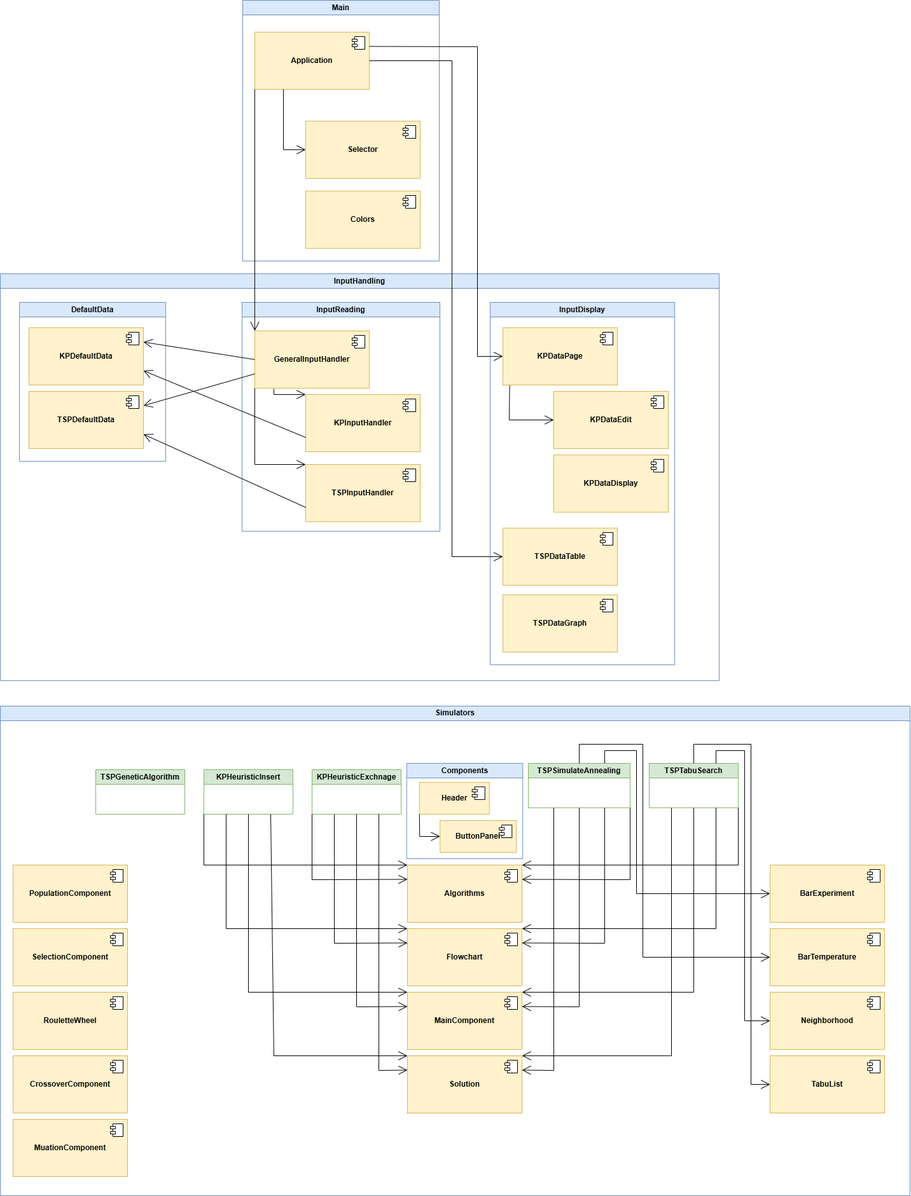
marek311/heuristics keeps this draw.io diagram as BP.png. Above is the earlier version. Source tidied: cells renumbered, new cells last; positions are measured from the earlier drawing's top-left corner, leaving out a move shared by most shapes.
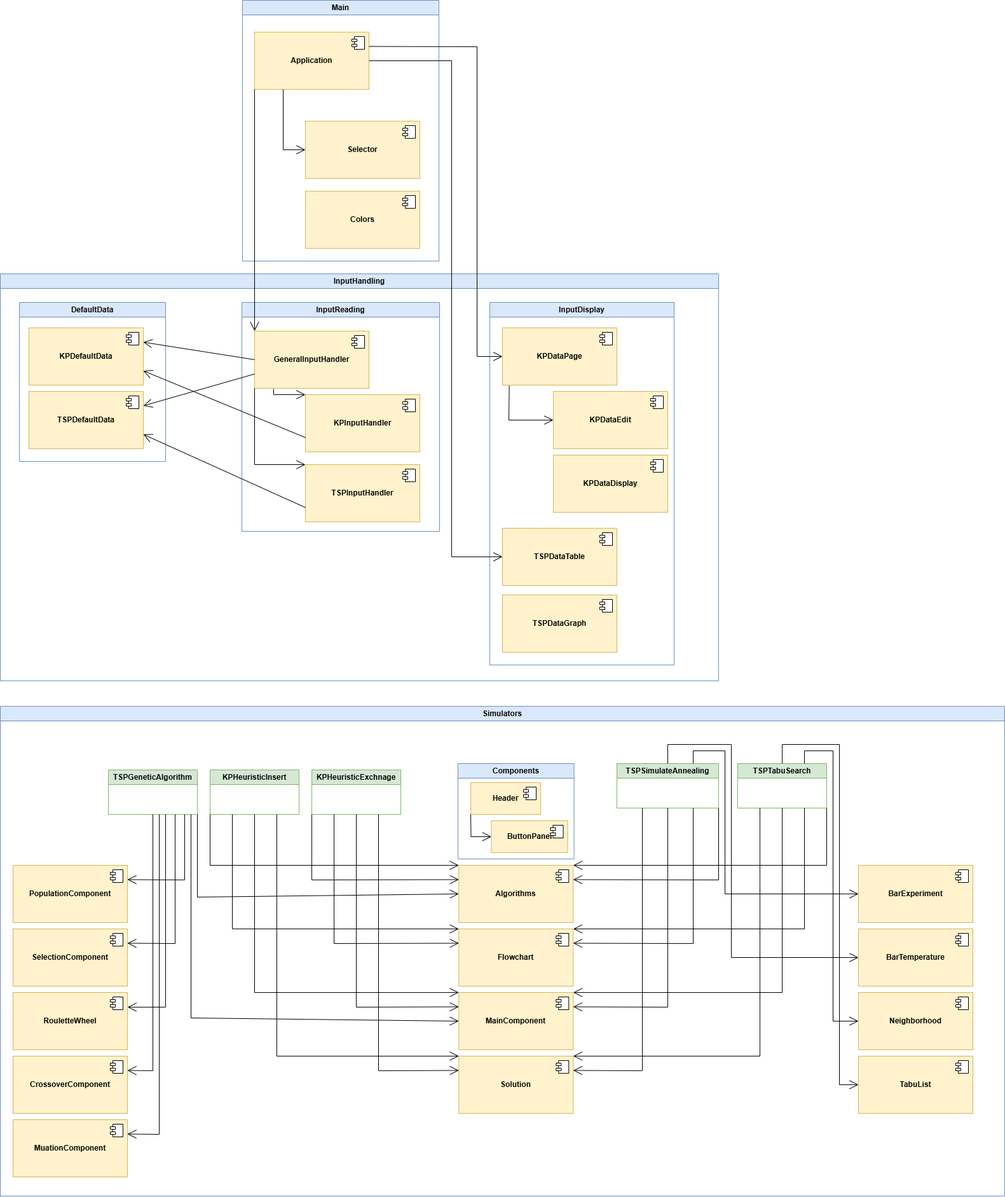
The same file after the commit.

What changed in the source:
```diff
@@ -183,10 +183,10 @@
       </mxGeometry>
     </mxCell>
     <mxCell id="44" value="Simulators" style="swimlane;whiteSpace=wrap;html=1;fillColor=#dae8fc;strokeColor=#6c8ebf;" parent="1" vertex="1">
-      <mxGeometry y="1110" width="1430" height="770" as="geometry" />
+      <mxGeometry y="1110" width="1580" height="770" as="geometry" />
     </mxCell>
     <mxCell id="45" value="&lt;b&gt;Algorithms&lt;/b&gt;" style="html=1;whiteSpace=wrap;fillColor=#fff2cc;strokeColor=#d6b656;" parent="44" vertex="1">
-      <mxGeometry x="640" y="250" width="180" height="90" as="geometry" />
+      <mxGeometry x="721.2" y="250" width="180" height="90" as="geometry" />
     </mxCell>
     <mxCell id="46" style="shape=module;jettyWidth=8;jettyHeight=4;" parent="45" vertex="1">
       <mxGeometry x="1" width="20" height="20" relative="1" as="geometry">
@@ -194,7 +194,7 @@
       </mxGeometry>
     </mxCell>
     <mxCell id="47" value="&lt;b&gt;Flowchart&lt;/b&gt;" style="html=1;whiteSpace=wrap;fillColor=#fff2cc;strokeColor=#d6b656;" parent="44" vertex="1">
-      <mxGeometry x="640" y="350" width="180" height="90" as="geometry" />
+      <mxGeometry x="721.2" y="350" width="180" height="90" as="geometry" />
     </mxCell>
     <mxCell id="48" style="shape=module;jettyWidth=8;jettyHeight=4;" parent="47" vertex="1">
       <mxGeometry x="1" width="20" height="20" relative="1" as="geometry">
@@ -202,7 +202,7 @@
       </mxGeometry>
     </mxCell>
     <mxCell id="49" value="&lt;b&gt;MainComponent&lt;/b&gt;" style="html=1;whiteSpace=wrap;fillColor=#fff2cc;strokeColor=#d6b656;" parent="44" vertex="1">
-      <mxGeometry x="640" y="450" width="180" height="90" as="geometry" />
+      <mxGeometry x="721.2" y="450" width="180" height="90" as="geometry" />
     </mxCell>
     <mxCell id="50" style="shape=module;jettyWidth=8;jettyHeight=4;" parent="49" vertex="1">
       <mxGeometry x="1" width="20" height="20" relative="1" as="geometry">
@@ -210,7 +210,7 @@
       </mxGeometry>
     </mxCell>
     <mxCell id="51" value="&lt;b&gt;Solution&lt;/b&gt;" style="html=1;whiteSpace=wrap;fillColor=#fff2cc;strokeColor=#d6b656;" parent="44" vertex="1">
-      <mxGeometry x="640" y="550" width="180" height="90" as="geometry" />
+      <mxGeometry x="721.2" y="550" width="180" height="90" as="geometry" />
     </mxCell>
     <mxCell id="52" style="shape=module;jettyWidth=8;jettyHeight=4;" parent="51" vertex="1">
       <mxGeometry x="1" width="20" height="20" relative="1" as="geometry">
@@ -218,7 +218,7 @@
       </mxGeometry>
     </mxCell>
     <mxCell id="53" value="&lt;b&gt;BarExperiment&lt;/b&gt;" style="html=1;whiteSpace=wrap;fillColor=#fff2cc;strokeColor=#d6b656;" parent="44" vertex="1">
-      <mxGeometry x="1210" y="250" width="180" height="90" as="geometry" />
+      <mxGeometry x="1350" y="250" width="180" height="90" as="geometry" />
     </mxCell>
     <mxCell id="54" style="shape=module;jettyWidth=8;jettyHeight=4;" parent="53" vertex="1">
       <mxGeometry x="1" width="20" height="20" relative="1" as="geometry">
@@ -226,7 +226,7 @@
       </mxGeometry>
     </mxCell>
     <mxCell id="55" value="&lt;b&gt;BarTemperature&lt;/b&gt;" style="html=1;whiteSpace=wrap;fillColor=#fff2cc;strokeColor=#d6b656;" parent="44" vertex="1">
-      <mxGeometry x="1210" y="350" width="180" height="90" as="geometry" />
+      <mxGeometry x="1350" y="350" width="180" height="90" as="geometry" />
     </mxCell>
     <mxCell id="56" style="shape=module;jettyWidth=8;jettyHeight=4;" parent="55" vertex="1">
       <mxGeometry x="1" width="20" height="20" relative="1" as="geometry">
@@ -234,7 +234,7 @@
       </mxGeometry>
     </mxCell>
     <mxCell id="57" value="&lt;b&gt;Neighborhood&lt;/b&gt;" style="html=1;whiteSpace=wrap;fillColor=#fff2cc;strokeColor=#d6b656;" parent="44" vertex="1">
-      <mxGeometry x="1210" y="450" width="180" height="90" as="geometry" />
+      <mxGeometry x="1350" y="450" width="180" height="90" as="geometry" />
     </mxCell>
     <mxCell id="58" style="shape=module;jettyWidth=8;jettyHeight=4;" parent="57" vertex="1">
       <mxGeometry x="1" width="20" height="20" relative="1" as="geometry">
@@ -242,7 +242,7 @@
       </mxGeometry>
     </mxCell>
     <mxCell id="59" value="&lt;b&gt;TabuList&lt;/b&gt;" style="html=1;whiteSpace=wrap;fillColor=#fff2cc;strokeColor=#d6b656;" parent="44" vertex="1">
-      <mxGeometry x="1210" y="550" width="180" height="90" as="geometry" />
+      <mxGeometry x="1350" y="550" width="180" height="90" as="geometry" />
     </mxCell>
     <mxCell id="60" style="shape=module;jettyWidth=8;jettyHeight=4;" parent="59" vertex="1">
       <mxGeometry x="1" width="20" height="20" relative="1" as="geometry">
@@ -293,42 +293,42 @@
       <mxGeometry x="490" y="100" width="140" height="70" as="geometry" />
     </mxCell>
     <mxCell id="72" value="KPHeuristicInsert" style="swimlane;whiteSpace=wrap;html=1;fillColor=#d5e8d4;strokeColor=#82b366;" parent="44" vertex="1">
-      <mxGeometry x="320" y="100" width="140" height="70" as="geometry" />
+      <mxGeometry x="330" y="100" width="140" height="70" as="geometry" />
     </mxCell>
     <mxCell id="73" value="TSPGeneticAlgorithm" style="swimlane;whiteSpace=wrap;html=1;fillColor=#d5e8d4;strokeColor=#82b366;" parent="44" vertex="1">
-      <mxGeometry x="150" y="100" width="140" height="70" as="geometry" />
+      <mxGeometry x="170" y="100" width="140" height="70" as="geometry" />
     </mxCell>
     <mxCell id="74" value="TSPTabuSearch" style="swimlane;whiteSpace=wrap;html=1;fillColor=#d5e8d4;strokeColor=#82b366;" parent="44" vertex="1">
-      <mxGeometry x="1020" y="90" width="140" height="70" as="geometry" />
+      <mxGeometry x="1160" y="90" width="140" height="70" as="geometry" />
     </mxCell>
     <mxCell id="75" value="TSPSimulateAnnealing" style="swimlane;whiteSpace=wrap;html=1;startSize=23;fillColor=#d5e8d4;strokeColor=#82b366;" parent="44" vertex="1">
-      <mxGeometry x="830" y="90" width="160" height="70" as="geometry" />
+      <mxGeometry x="970" y="90" width="160" height="70" as="geometry" />
     </mxCell>
     <mxCell id="76" style="endArrow=open;endFill=1;endSize=12;html=1;rounded=0;exitX=0;exitY=1;exitDx=0;exitDy=0;entryX=0;entryY=0;entryDx=0;entryDy=0;" parent="44" edge="1" source="72" target="45">
       <mxGeometry relative="1" as="geometry">
         <Array as="points">
-          <mxPoint x="320" y="250" />
+          <mxPoint x="330" y="250" />
         </Array>
       </mxGeometry>
     </mxCell>
     <mxCell id="77" style="endArrow=open;endFill=1;endSize=12;html=1;rounded=0;exitX=0.25;exitY=1;exitDx=0;exitDy=0;entryX=0;entryY=0;entryDx=0;entryDy=0;" parent="44" edge="1" source="72" target="47">
       <mxGeometry relative="1" as="geometry">
         <Array as="points">
-          <mxPoint x="355" y="350" />
+          <mxPoint x="365" y="350" />
         </Array>
       </mxGeometry>
     </mxCell>
     <mxCell id="78" style="endArrow=open;endFill=1;endSize=12;html=1;rounded=0;exitX=0.5;exitY=1;exitDx=0;exitDy=0;entryX=0;entryY=0;entryDx=0;entryDy=0;" parent="44" edge="1" source="72" target="49">
       <mxGeometry relative="1" as="geometry">
         <Array as="points">
-          <mxPoint x="390" y="450" />
+          <mxPoint x="400" y="450" />
         </Array>
       </mxGeometry>
     </mxCell>
     <mxCell id="79" style="endArrow=open;endFill=1;endSize=12;html=1;rounded=0;exitX=0.75;exitY=1;exitDx=0;exitDy=0;entryX=0;entryY=0;entryDx=0;entryDy=0;" parent="44" edge="1" source="72" target="51">
       <mxGeometry relative="1" as="geometry">
         <Array as="points">
-          <mxPoint x="430" y="550" />
+          <mxPoint x="435" y="550" />
         </Array>
       </mxGeometry>
     </mxCell>
@@ -363,98 +363,98 @@
     <mxCell id="84" style="endArrow=open;endFill=1;endSize=12;html=1;rounded=0;exitX=0.25;exitY=1;exitDx=0;exitDy=0;entryX=1;entryY=0.25;entryDx=0;entryDy=0;" parent="44" edge="1" source="75" target="51">
       <mxGeometry relative="1" as="geometry">
         <Array as="points">
-          <mxPoint x="870" y="573" />
+          <mxPoint x="1010" y="573" />
         </Array>
       </mxGeometry>
     </mxCell>
     <mxCell id="85" style="endArrow=open;endFill=1;endSize=12;html=1;rounded=0;exitX=0.5;exitY=1;exitDx=0;exitDy=0;entryX=1;entryY=0.25;entryDx=0;entryDy=0;" parent="44" edge="1" source="75" target="49">
       <mxGeometry relative="1" as="geometry">
         <Array as="points">
-          <mxPoint x="910" y="473" />
+          <mxPoint x="1050" y="473" />
         </Array>
       </mxGeometry>
     </mxCell>
     <mxCell id="86" style="endArrow=open;endFill=1;endSize=12;html=1;rounded=0;exitX=0.75;exitY=1;exitDx=0;exitDy=0;entryX=1;entryY=0.25;entryDx=0;entryDy=0;" parent="44" edge="1" source="75" target="47">
       <mxGeometry relative="1" as="geometry">
         <Array as="points">
-          <mxPoint x="950" y="373" />
+          <mxPoint x="1090" y="373" />
         </Array>
       </mxGeometry>
     </mxCell>
     <mxCell id="87" style="endArrow=open;endFill=1;endSize=12;html=1;rounded=0;exitX=1;exitY=1;exitDx=0;exitDy=0;entryX=1;entryY=0.25;entryDx=0;entryDy=0;" parent="44" edge="1" source="75" target="45">
       <mxGeometry relative="1" as="geometry">
         <Array as="points">
-          <mxPoint x="990" y="273" />
+          <mxPoint x="1130" y="273" />
         </Array>
       </mxGeometry>
     </mxCell>
     <mxCell id="88" style="endArrow=open;endFill=1;endSize=12;html=1;rounded=0;exitX=1;exitY=1;exitDx=0;exitDy=0;entryX=1;entryY=0;entryDx=0;entryDy=0;" parent="44" edge="1" source="74" target="45">
       <mxGeometry relative="1" as="geometry">
         <Array as="points">
-          <mxPoint x="1160" y="250" />
+          <mxPoint x="1300" y="250" />
         </Array>
       </mxGeometry>
     </mxCell>
     <mxCell id="89" style="endArrow=open;endFill=1;endSize=12;html=1;rounded=0;exitX=0.75;exitY=1;exitDx=0;exitDy=0;entryX=1;entryY=0;entryDx=0;entryDy=0;" parent="44" edge="1" source="74" target="47">
       <mxGeometry relative="1" as="geometry">
         <Array as="points">
-          <mxPoint x="1125" y="350" />
+          <mxPoint x="1265" y="350" />
         </Array>
       </mxGeometry>
     </mxCell>
     <mxCell id="90" style="endArrow=open;endFill=1;endSize=12;html=1;rounded=0;exitX=0.5;exitY=1;exitDx=0;exitDy=0;entryX=1;entryY=0;entryDx=0;entryDy=0;" parent="44" edge="1" source="74" target="49">
       <mxGeometry relative="1" as="geometry">
         <Array as="points">
-          <mxPoint x="1090" y="450" />
+          <mxPoint x="1230" y="450" />
         </Array>
       </mxGeometry>
     </mxCell>
     <mxCell id="91" style="endArrow=open;endFill=1;endSize=12;html=1;rounded=0;exitX=0.25;exitY=1;exitDx=0;exitDy=0;entryX=1;entryY=0;entryDx=0;entryDy=0;" parent="44" edge="1" source="74" target="51">
       <mxGeometry relative="1" as="geometry">
         <Array as="points">
-          <mxPoint x="1055" y="550" />
+          <mxPoint x="1195" y="550" />
         </Array>
       </mxGeometry>
     </mxCell>
     <mxCell id="92" style="endArrow=open;endFill=1;endSize=12;html=1;rounded=0;exitX=0.75;exitY=0;exitDx=0;exitDy=0;entryX=0;entryY=0.5;entryDx=0;entryDy=0;" parent="44" edge="1" source="75" target="53">
       <mxGeometry relative="1" as="geometry">
         <Array as="points">
-          <mxPoint x="950" y="70" />
-          <mxPoint x="1000" y="70" />
-          <mxPoint x="1000" y="295" />
-          <mxPoint x="1190" y="295" />
+          <mxPoint x="1090" y="70" />
+          <mxPoint x="1140" y="70" />
+          <mxPoint x="1140" y="295" />
+          <mxPoint x="1330" y="295" />
         </Array>
       </mxGeometry>
     </mxCell>
     <mxCell id="93" style="endArrow=open;endFill=1;endSize=12;html=1;rounded=0;exitX=0.5;exitY=0;exitDx=0;exitDy=0;entryX=0;entryY=0.5;entryDx=0;entryDy=0;" parent="44" edge="1" source="75" target="55">
       <mxGeometry relative="1" as="geometry">
         <Array as="points">
-          <mxPoint x="910" y="60" />
-          <mxPoint x="1010" y="60" />
-          <mxPoint x="1010" y="395" />
+          <mxPoint x="1050" y="60" />
+          <mxPoint x="1150" y="60" />
+          <mxPoint x="1150" y="395" />
         </Array>
       </mxGeometry>
     </mxCell>
     <mxCell id="94" style="endArrow=open;endFill=1;endSize=12;html=1;rounded=0;exitX=0.75;exitY=0;exitDx=0;exitDy=0;entryX=0;entryY=0.5;entryDx=0;entryDy=0;" parent="44" edge="1" source="74" target="57">
       <mxGeometry relative="1" as="geometry">
         <Array as="points">
-          <mxPoint x="1125" y="70" />
-          <mxPoint x="1170" y="70" />
-          <mxPoint x="1170" y="495" />
+          <mxPoint x="1265" y="70" />
+          <mxPoint x="1310" y="70" />
+          <mxPoint x="1310" y="495" />
         </Array>
       </mxGeometry>
     </mxCell>
     <mxCell id="95" style="endArrow=open;endFill=1;endSize=12;html=1;rounded=0;exitX=0.5;exitY=0;exitDx=0;exitDy=0;entryX=0;entryY=0.5;entryDx=0;entryDy=0;" parent="44" edge="1" source="74" target="59">
       <mxGeometry relative="1" as="geometry">
         <Array as="points">
-          <mxPoint x="1090" y="60" />
-          <mxPoint x="1180" y="60" />
-          <mxPoint x="1180" y="595" />
+          <mxPoint x="1230" y="60" />
+          <mxPoint x="1320" y="60" />
+          <mxPoint x="1320" y="595" />
         </Array>
       </mxGeometry>
     </mxCell>
     <mxCell id="96" value="Components" style="swimlane;whiteSpace=wrap;html=1;fillColor=#dae8fc;strokeColor=#6c8ebf;" parent="44" vertex="1">
-      <mxGeometry x="638.8" y="90" width="182.5" height="150" as="geometry" />
+      <mxGeometry x="720" y="90" width="182.5" height="150" as="geometry" />
     </mxCell>
     <mxCell id="97" value="&lt;b&gt;Header&lt;/b&gt;" style="html=1;whiteSpace=wrap;fillColor=#fff2cc;strokeColor=#d6b656;" parent="96" vertex="1">
       <mxGeometry x="20" y="30" width="110" height="50" as="geometry" />
@@ -479,5 +479,60 @@
         </Array>
       </mxGeometry>
     </mxCell>
+    <mxCell id="102" style="endArrow=open;endFill=1;endSize=12;html=1;rounded=0;exitX=1;exitY=1;exitDx=0;exitDy=0;entryX=0;entryY=0.5;entryDx=0;entryDy=0;" parent="44" edge="1" source="73" target="45">
+      <mxGeometry relative="1" as="geometry">
+        <Array as="points">
+          <mxPoint x="310" y="300" />
+        </Array>
+      </mxGeometry>
+    </mxCell>
+    <mxCell id="103" style="endArrow=open;endFill=1;endSize=12;html=1;rounded=0;entryX=0;entryY=0.5;entryDx=0;entryDy=0;" parent="44" edge="1" target="49">
+      <mxGeometry relative="1" as="geometry">
+        <mxPoint x="300" y="170" as="sourcePoint" />
+        <Array as="points">
+          <mxPoint x="300" y="490" />
+        </Array>
+      </mxGeometry>
+    </mxCell>
+    <mxCell id="104" style="endArrow=open;endFill=1;endSize=12;html=1;rounded=0;entryX=1;entryY=0.25;entryDx=0;entryDy=0;" parent="44" edge="1" target="65">
+      <mxGeometry relative="1" as="geometry">
+        <mxPoint x="290" y="170" as="sourcePoint" />
+        <Array as="points">
+          <mxPoint x="290" y="273" />
+        </Array>
+      </mxGeometry>
+    </mxCell>
+    <mxCell id="105" style="endArrow=open;endFill=1;endSize=12;html=1;rounded=0;exitX=0.75;exitY=1;exitDx=0;exitDy=0;entryX=1;entryY=0.25;entryDx=0;entryDy=0;" parent="44" edge="1" source="73" target="69">
+      <mxGeometry relative="1" as="geometry">
+        <Array as="points">
+          <mxPoint x="275" y="373" />
+        </Array>
+      </mxGeometry>
+    </mxCell>
+    <mxCell id="106" style="endArrow=open;endFill=1;endSize=12;html=1;rounded=0;" parent="44" edge="1">
+      <mxGeometry relative="1" as="geometry">
+        <mxPoint x="260" y="170" as="sourcePoint" />
+        <mxPoint x="200" y="473" as="targetPoint" />
+        <Array as="points">
+          <mxPoint x="260" y="473" />
+        </Array>
+      </mxGeometry>
+    </mxCell>
+    <mxCell id="107" style="endArrow=open;endFill=1;endSize=12;html=1;rounded=0;entryX=1;entryY=0.25;entryDx=0;entryDy=0;" parent="44" edge="1" target="61">
+      <mxGeometry relative="1" as="geometry">
+        <mxPoint x="240" y="170" as="sourcePoint" />
+        <Array as="points">
+          <mxPoint x="240" y="573" />
+        </Array>
+      </mxGeometry>
+    </mxCell>
+    <mxCell id="108" style="endArrow=open;endFill=1;endSize=12;html=1;rounded=0;entryX=1;entryY=0.25;entryDx=0;entryDy=0;" parent="44" edge="1" target="63">
+      <mxGeometry relative="1" as="geometry">
+        <mxPoint x="250" y="170" as="sourcePoint" />
+        <Array as="points">
+          <mxPoint x="250" y="673" />
+        </Array>
+      </mxGeometry>
+    </mxCell>
   </root>
 </mxGraphModel>
```
